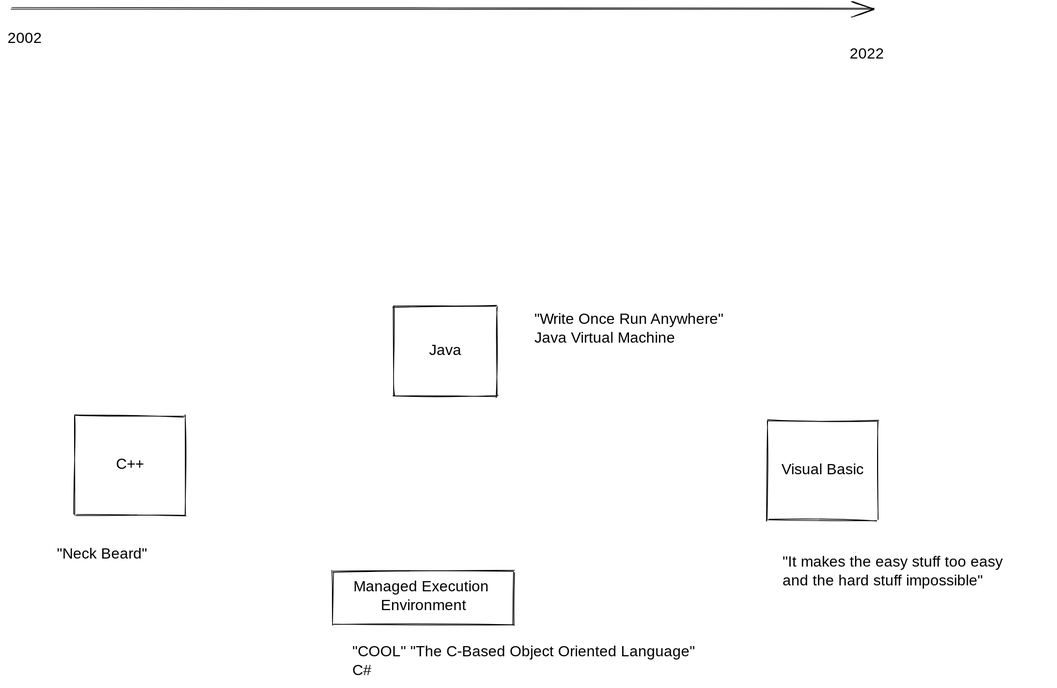
Earlier version of the Excalidraw export instructor-notes/dotnet.excalidraw.svg (hypertheory-training/intro-to-programming-dec-2022). Source tidied: one line per element, renumbered; positions are measured from the earlier drawing's top-left corner, leaving out a move shared by most shapes. Its diagram source:
```json
{"id": 0, "type": "arrow", "strokeColor": "#000000", "strokeWidth": 1, "roughness": 1, "endArrowhead": "arrow", "x": 5, "y": 0, "width": 1148, "height": 0, "points": [[0, 0], [1148, 0]]}
{"id": 1, "type": "text", "text": "2002", "strokeColor": "#000000", "strokeWidth": 1, "roughness": 1, "fontSize": 20, "fontFamily": 1, "x": 0, "y": 28, "width": 58, "height": 25}
{"id": 2, "type": "text", "text": "2022\n", "strokeColor": "#000000", "strokeWidth": 1, "roughness": 1, "fontSize": 20, "fontFamily": 1, "x": 1120, "y": 49, "width": 57, "height": 50}
{"id": 3, "type": "rectangle", "strokeColor": "#000000", "strokeWidth": 1, "roughness": 1, "x": 90, "y": 542, "width": 146, "height": 132}
{"id": 4, "type": "text", "text": "C++", "strokeColor": "#000000", "strokeWidth": 1, "roughness": 1, "fontSize": 20, "fontFamily": 1, "textAlign": "center", "verticalAlign": "middle", "inside": 3, "x": 143, "y": 594, "width": 40, "height": 25}
{"id": 5, "type": "rectangle", "strokeColor": "#000000", "strokeWidth": 1, "roughness": 1, "x": 1011, "y": 549, "width": 146, "height": 132}
{"id": 6, "type": "text", "text": "Visual Basic", "strokeColor": "#000000", "strokeWidth": 1, "roughness": 1, "fontSize": 20, "fontFamily": 1, "textAlign": "center", "verticalAlign": "middle", "inside": 5, "x": 1024, "y": 602, "width": 121, "height": 25}
{"id": 7, "type": "text", "text": "\"Neck Beard\"", "strokeColor": "#000000", "strokeWidth": 1, "roughness": 1, "fontSize": 20, "fontFamily": 1, "x": 66, "y": 714, "width": 128, "height": 25}
{"id": 8, "type": "text", "text": "\"It makes the easy stuff too easy\nand the hard stuff impossible\"\n", "strokeColor": "#000000", "strokeWidth": 1, "roughness": 1, "fontSize": 20, "fontFamily": 1, "x": 1031, "y": 725, "width": 355, "height": 75}
{"id": 9, "type": "rectangle", "strokeColor": "#000000", "strokeWidth": 1, "roughness": 1, "x": 513, "y": 397, "width": 138, "height": 119}
{"id": 10, "type": "text", "text": "Java", "strokeColor": "#000000", "strokeWidth": 1, "roughness": 1, "fontSize": 20, "fontFamily": 1, "textAlign": "center", "verticalAlign": "middle", "inside": 9, "x": 556, "y": 443, "width": 52, "height": 25}
{"id": 11, "type": "text", "text": "\"Write Once Run Anywhere\"\nJava Virtual Machine ", "strokeColor": "#000000", "strokeWidth": 1, "roughness": 1, "fontSize": 20, "fontFamily": 1, "x": 701, "y": 402, "width": 258, "height": 50}
{"id": 12, "type": "rectangle", "strokeColor": "#000000", "strokeWidth": 1, "roughness": 1, "x": 433, "y": 749, "width": 240, "height": 71}
{"id": 13, "type": "text", "text": "Managed Execution \nEnvironment", "strokeColor": "#000000", "strokeWidth": 1, "roughness": 1, "fontSize": 20, "fontFamily": 1, "textAlign": "center", "verticalAlign": "middle", "inside": 12, "x": 454, "y": 758, "width": 198, "height": 50}
{"id": 14, "type": "text", "text": "\"COOL\" \"The C-Based Object Oriented Language\"\nC#", "strokeColor": "#000000", "strokeWidth": 1, "roughness": 1, "fontSize": 20, "fontFamily": 1, "x": 459, "y": 844, "width": 485, "height": 50}
```
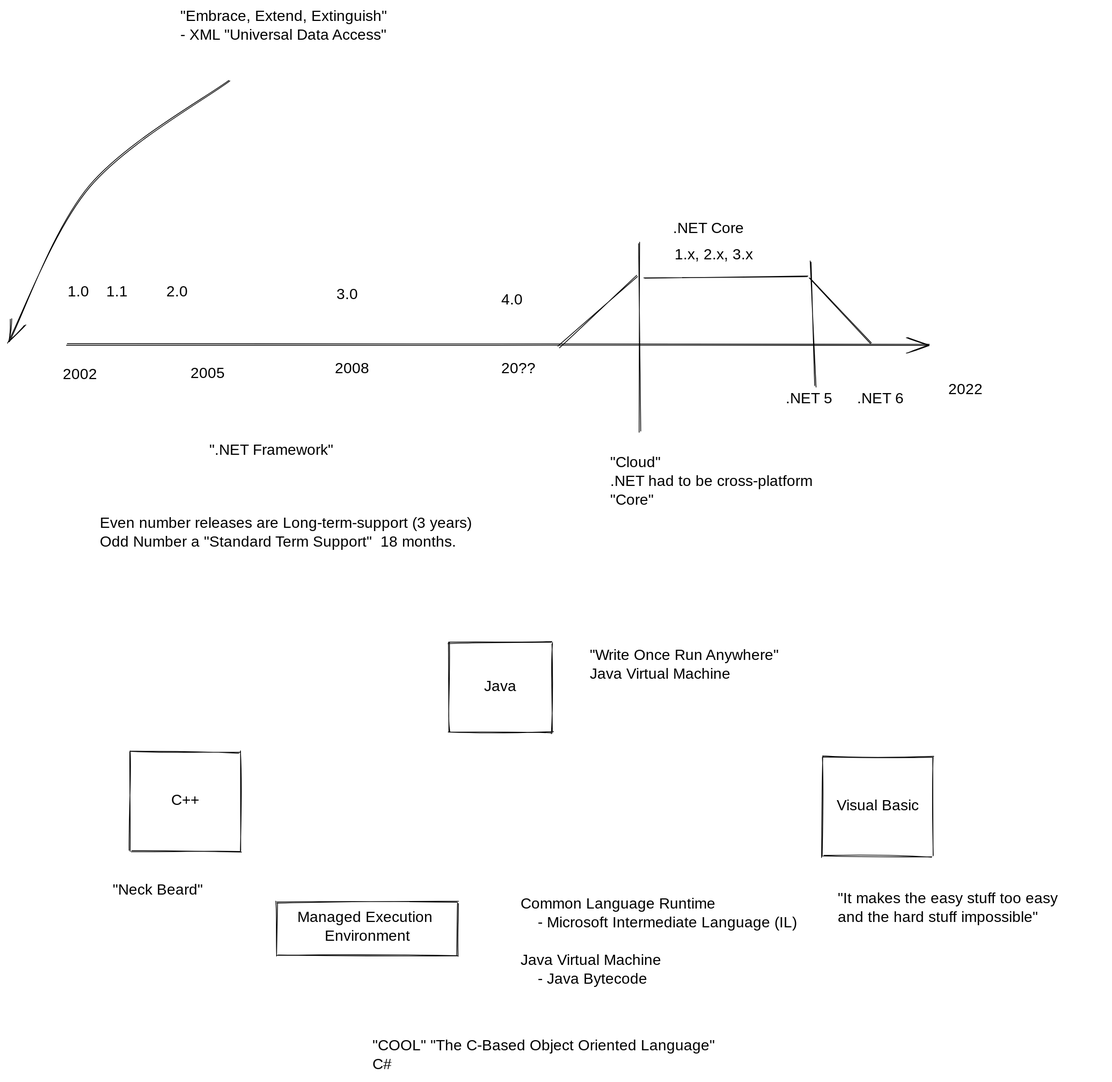
Later version of the same file.

Commit message:
done with history for now

Change to the diagram source:
```diff
@@ -1,6 +1,6 @@
 {"id": 0, "type": "arrow", "strokeColor": "#000000", "strokeWidth": 1, "roughness": 1, "endArrowhead": "arrow", "x": 5, "y": 0, "width": 1148, "height": 0, "points": [[0, 0], [1148, 0]]}
 {"id": 1, "type": "text", "text": "2002", "strokeColor": "#000000", "strokeWidth": 1, "roughness": 1, "fontSize": 20, "fontFamily": 1, "x": 0, "y": 28, "width": 58, "height": 25}
-{"id": 2, "type": "text", "text": "2022\n", "strokeColor": "#000000", "strokeWidth": 1, "roughness": 1, "fontSize": 20, "fontFamily": 1, "x": 1120, "y": 49, "width": 57, "height": 50}
+{"id": 2, "type": "text", "text": "2022\n", "strokeColor": "#000000", "strokeWidth": 1, "roughness": 1, "fontSize": 20, "fontFamily": 1, "x": 1178, "y": 48, "width": 57, "height": 50}
 {"id": 3, "type": "rectangle", "strokeColor": "#000000", "strokeWidth": 1, "roughness": 1, "x": 90, "y": 542, "width": 146, "height": 132}
 {"id": 4, "type": "text", "text": "C++", "strokeColor": "#000000", "strokeWidth": 1, "roughness": 1, "fontSize": 20, "fontFamily": 1, "textAlign": "center", "verticalAlign": "middle", "inside": 3, "x": 143, "y": 594, "width": 40, "height": 25}
 {"id": 5, "type": "rectangle", "strokeColor": "#000000", "strokeWidth": 1, "roughness": 1, "x": 1011, "y": 549, "width": 146, "height": 132}
@@ -10,6 +10,27 @@
 {"id": 9, "type": "rectangle", "strokeColor": "#000000", "strokeWidth": 1, "roughness": 1, "x": 513, "y": 397, "width": 138, "height": 119}
 {"id": 10, "type": "text", "text": "Java", "strokeColor": "#000000", "strokeWidth": 1, "roughness": 1, "fontSize": 20, "fontFamily": 1, "textAlign": "center", "verticalAlign": "middle", "inside": 9, "x": 556, "y": 443, "width": 52, "height": 25}
 {"id": 11, "type": "text", "text": "\"Write Once Run Anywhere\"\nJava Virtual Machine ", "strokeColor": "#000000", "strokeWidth": 1, "roughness": 1, "fontSize": 20, "fontFamily": 1, "x": 701, "y": 402, "width": 258, "height": 50}
-{"id": 12, "type": "rectangle", "strokeColor": "#000000", "strokeWidth": 1, "roughness": 1, "x": 433, "y": 749, "width": 240, "height": 71}
+{"id": 12, "type": "rectangle", "strokeColor": "#000000", "strokeWidth": 1, "roughness": 1, "x": 285, "y": 742, "width": 240, "height": 71}
-{"id": 13, "type": "text", "text": "Managed Execution \nEnvironment", "strokeColor": "#000000", "strokeWidth": 1, "roughness": 1, "fontSize": 20, "fontFamily": 1, "textAlign": "center", "verticalAlign": "middle", "inside": 12, "x": 454, "y": 758, "width": 198, "height": 50}
+{"id": 13, "type": "text", "text": "Managed Execution \nEnvironment", "strokeColor": "#000000", "strokeWidth": 1, "roughness": 1, "fontSize": 20, "fontFamily": 1, "textAlign": "center", "verticalAlign": "middle", "inside": 12, "x": 306, "y": 750, "width": 198, "height": 50}
-{"id": 14, "type": "text", "text": "\"COOL\" \"The C-Based Object Oriented Language\"\nC#", "strokeColor": "#000000", "strokeWidth": 1, "roughness": 1, "fontSize": 20, "fontFamily": 1, "x": 459, "y": 844, "width": 485, "height": 50}
+{"id": 14, "type": "text", "text": "\"COOL\" \"The C-Based Object Oriented Language\"\nC#", "strokeColor": "#000000", "strokeWidth": 1, "roughness": 1, "fontSize": 20, "fontFamily": 1, "x": 412, "y": 921, "width": 485, "height": 50}
+{"id": 15, "type": "text", "text": "1.0    1.1         2.0", "strokeColor": "#000000", "strokeWidth": 1, "roughness": 1, "fontSize": 20, "fontFamily": 1, "x": 6, "y": -82, "width": 206, "height": 25}
+{"id": 16, "type": "text", "text": "2005", "strokeColor": "#000000", "strokeWidth": 1, "roughness": 1, "fontSize": 20, "fontFamily": 1, "x": 170, "y": 27, "width": 56, "height": 25}
+{"id": 17, "type": "text", "text": "2008", "strokeColor": "#000000", "strokeWidth": 1, "roughness": 1, "fontSize": 20, "fontFamily": 1, "x": 362, "y": 20, "width": 59, "height": 25}
+{"id": 18, "type": "text", "text": "3.0", "strokeColor": "#000000", "strokeWidth": 1, "roughness": 1, "fontSize": 20, "fontFamily": 1, "x": 364, "y": -78, "width": 35, "height": 25}
+{"id": 19, "type": "text", "text": "20??", "strokeColor": "#000000", "strokeWidth": 1, "roughness": 1, "fontSize": 20, "fontFamily": 1, "x": 583, "y": 20, "width": 49, "height": 25}
+{"id": 20, "type": "text", "text": "4.0", "strokeColor": "#000000", "strokeWidth": 1, "roughness": 1, "fontSize": 20, "fontFamily": 1, "x": 583, "y": -71, "width": 34, "height": 25}
+{"id": 21, "type": "text", "text": "\"Embrace, Extend, Extinguish\"\n- XML \"Universal Data Access\"", "strokeColor": "#000000", "strokeWidth": 1, "roughness": 1, "fontSize": 20, "fontFamily": 1, "x": 156, "y": -448, "width": 310, "height": 50}
+{"id": 22, "type": "arrow", "strokeColor": "#000000", "strokeWidth": 1, "roughness": 1, "endArrowhead": "arrow", "x": 222, "y": -351, "width": 295, "height": 349, "points": [[0, 0], [-186, 140], [-295, 349]]}
+{"id": 23, "type": "text", "text": "Common Language Runtime\n    - Microsoft Intermediate Language (IL)\n\nJava Virtual Machine\n    - Java Bytecode\n", "strokeColor": "#000000", "strokeWidth": 1, "roughness": 1, "fontSize": 20, "fontFamily": 1, "x": 609, "y": 732, "width": 436, "height": 150}
+{"id": 24, "type": "line", "strokeColor": "#000000", "strokeWidth": 1, "roughness": 1, "x": 767, "y": -135, "width": 1, "height": 251, "points": [[0, 0], [1, 251]]}
+{"id": 25, "type": "text", "text": "\"Cloud\"\n.NET had to be cross-platform\n\"Core\"", "strokeColor": "#000000", "strokeWidth": 1, "roughness": 1, "fontSize": 20, "fontFamily": 1, "x": 728, "y": 145, "width": 308, "height": 75}
+{"id": 26, "type": "line", "strokeColor": "#000000", "strokeWidth": 1, "roughness": 1, "x": 659, "y": 3, "width": 106, "height": 94, "points": [[0, 0], [106, -94]]}
+{"id": 27, "type": "line", "strokeColor": "#000000", "strokeWidth": 1, "roughness": 1, "x": 774, "y": -89, "width": 217, "height": 1, "points": [[0, 0], [217, -1]]}
+{"id": 28, "type": "text", "text": ".NET Core", "strokeColor": "#000000", "strokeWidth": 1, "roughness": 1, "fontSize": 20, "fontFamily": 1, "x": 812, "y": -166, "width": 103, "height": 25}
+{"id": 29, "type": "text", "text": "1.x, 2.x, 3.x", "strokeColor": "#000000", "strokeWidth": 1, "roughness": 1, "fontSize": 20, "fontFamily": 1, "x": 814, "y": -131, "width": 116, "height": 25}
+{"id": 30, "type": "line", "strokeColor": "#000000", "strokeWidth": 1, "roughness": 1, "x": 1001, "y": 56, "width": 5, "height": 166, "points": [[0, 0], [-5, -166]]}
+{"id": 31, "type": "text", "text": ".NET 5\n", "strokeColor": "#000000", "strokeWidth": 1, "roughness": 1, "fontSize": 20, "fontFamily": 1, "x": 962, "y": 60, "width": 71, "height": 50}
+{"id": 32, "type": "text", "text": ".NET 6", "strokeColor": "#000000", "strokeWidth": 1, "roughness": 1, "fontSize": 20, "fontFamily": 1, "x": 1057, "y": 60, "width": 73, "height": 25}
+{"id": 33, "type": "line", "strokeColor": "#000000", "strokeWidth": 1, "roughness": 1, "x": 994, "y": -89, "width": 82, "height": 88, "points": [[0, 0], [82, 88]]}
+{"id": 34, "type": "text", "text": "\".NET Framework\"", "strokeColor": "#000000", "strokeWidth": 1, "roughness": 1, "fontSize": 20, "fontFamily": 1, "x": 195, "y": 129, "width": 172, "height": 25}
+{"id": 35, "type": "text", "text": "Even number releases are Long-term-support (3 years)\nOdd Number a \"Standard Term Support\"  18 months.\n", "strokeColor": "#000000", "strokeWidth": 1, "roughness": 1, "fontSize": 20, "fontFamily": 1, "x": 49, "y": 226, "width": 540, "height": 75}
```
